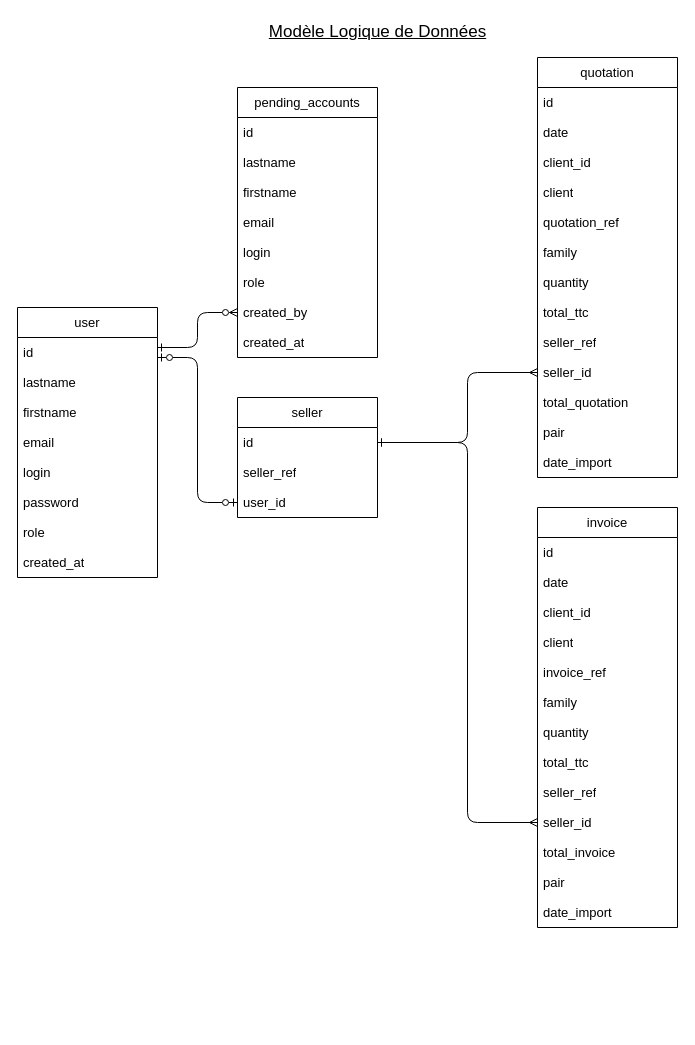
Earlier version of the draw.io diagram Ressources/Diagrammes/ModeleLogiqueDonnées.drawio (joyhure/Optitop_java). Source tidied: cells renumbered, new cells numbered last; positions are measured from the earlier drawing's top-left corner, leaving out a move shared by most shapes. Both pictures are drawn from the tidied source at 100%, with x=0, y=0 at pixel (17, 17).
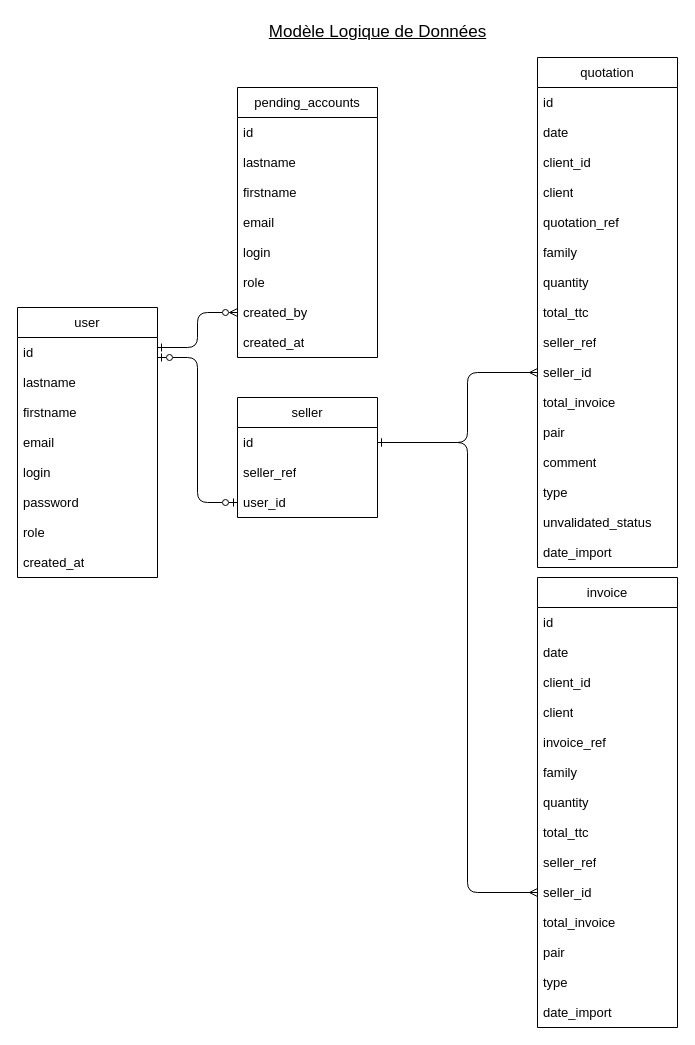
After the change.

Unchanged cells that the change refers to:
```xml
<mxCell id="13" value="seller_id" style="text;strokeColor=none;fillColor=none;align=left;verticalAlign=middle;spacingLeft=4;spacingRight=4;overflow=hidden;points=[[0,0.5],[1,0.5]];portConstraint=eastwest;whiteSpace=wrap;html=1;fontSize=13;" parent="3" vertex="1">
  <mxGeometry y="300" width="140" height="30" as="geometry" />
</mxCell>
<mxCell id="27" value="id" style="text;strokeColor=none;fillColor=none;align=left;verticalAlign=middle;spacingLeft=4;spacingRight=4;overflow=hidden;points=[[0,0.5],[1,0.5]];portConstraint=eastwest;whiteSpace=wrap;html=1;fontSize=13;" parent="26" vertex="1">
  <mxGeometry y="30" width="140" height="30" as="geometry" />
</mxCell>
```

What changed in the source:
```diff
@@
     <mxCell id="3" value="invoice" style="swimlane;fontStyle=0;horizontal=1;startSize=30;whiteSpace=wrap;html=1;fontSize=13;" parent="1" vertex="1">
-      <mxGeometry x="520" y="490" width="140" height="420" as="geometry" />
+      <mxGeometry x="520" y="560" width="140" height="450" as="geometry" />
     </mxCell>
@@
-    <mxCell id="14" value="total_invoice" style="text;strokeColor=none;fillColor=none;align=left;verticalAlign=middle;spacingLeft=4;spacingRight=4;overflow=hidden;whiteSpace=wrap;html=1;fontSize=13;" parent="3" vertex="1">
-      <mxGeometry y="330" width="140" height="30" as="geometry" />
-    </mxCell>
+    <mxCell id="57" value="total_invoice" style="text;strokeColor=none;fillColor=none;align=left;verticalAlign=middle;spacingLeft=4;spacingRight=4;overflow=hidden;whiteSpace=wrap;html=1;fontSize=13;" parent="3" vertex="1">
+      <mxGeometry y="330" width="140" height="30" as="geometry" />
+    </mxCell>
@@
+    <mxCell id="58" value="type" style="text;strokeColor=none;fillColor=none;align=left;verticalAlign=middle;spacingLeft=4;spacingRight=4;overflow=hidden;whiteSpace=wrap;html=1;fontSize=13;" parent="3" vertex="1">
+      <mxGeometry y="390" width="140" height="30" as="geometry" />
+    </mxCell>
     <mxCell id="16" value="date_import" style="text;strokeColor=none;fillColor=none;align=left;verticalAlign=middle;spacingLeft=4;spacingRight=4;overflow=hidden;whiteSpace=wrap;html=1;fontSize=13;" parent="3" vertex="1">
-      <mxGeometry y="390" width="140" height="30" as="geometry" />
+      <mxGeometry y="420" width="140" height="30" as="geometry" />
     </mxCell>
@@
     <mxCell id="31" value="quotation" style="swimlane;fontStyle=0;horizontal=1;startSize=30;whiteSpace=wrap;html=1;fontSize=13;" parent="1" vertex="1">
-      <mxGeometry x="520" y="40" width="140" height="420" as="geometry" />
+      <mxGeometry x="520" y="40" width="140" height="510" as="geometry" />
     </mxCell>
@@
-    <mxCell id="42" value="total_quotation" style="text;strokeColor=none;fillColor=none;align=left;verticalAlign=middle;spacingLeft=4;spacingRight=4;overflow=hidden;whiteSpace=wrap;html=1;fontSize=13;" parent="31" vertex="1">
-      <mxGeometry y="330" width="140" height="30" as="geometry" />
-    </mxCell>
+    <mxCell id="59" value="total_invoice" style="text;strokeColor=none;fillColor=none;align=left;verticalAlign=middle;spacingLeft=4;spacingRight=4;overflow=hidden;whiteSpace=wrap;html=1;fontSize=13;" parent="31" vertex="1">
+      <mxGeometry y="330" width="140" height="30" as="geometry" />
+    </mxCell>
@@
+    <mxCell id="60" value="comment" style="text;strokeColor=none;fillColor=none;align=left;verticalAlign=middle;spacingLeft=4;spacingRight=4;overflow=hidden;whiteSpace=wrap;html=1;fontSize=13;" parent="31" vertex="1">
+      <mxGeometry y="390" width="140" height="30" as="geometry" />
+    </mxCell>
+    <mxCell id="61" value="type" style="text;strokeColor=none;fillColor=none;align=left;verticalAlign=middle;spacingLeft=4;spacingRight=4;overflow=hidden;whiteSpace=wrap;html=1;fontSize=13;" parent="31" vertex="1">
+      <mxGeometry y="420" width="140" height="30" as="geometry" />
+    </mxCell>
+    <mxCell id="62" value="unvalidated_status" style="text;strokeColor=none;fillColor=none;align=left;verticalAlign=middle;spacingLeft=4;spacingRight=4;overflow=hidden;whiteSpace=wrap;html=1;fontSize=13;" parent="31" vertex="1">
+      <mxGeometry y="450" width="140" height="30" as="geometry" />
+    </mxCell>
     <mxCell id="44" value="date_import" style="text;strokeColor=none;fillColor=none;align=left;verticalAlign=middle;spacingLeft=4;spacingRight=4;overflow=hidden;whiteSpace=wrap;html=1;fontSize=13;" parent="31" vertex="1">
-      <mxGeometry y="390" width="140" height="30" as="geometry" />
+      <mxGeometry y="480" width="140" height="30" as="geometry" />
     </mxCell>
@@
     <mxCell id="46" style="edgeStyle=none;html=1;exitX=1;exitY=0.5;exitDx=0;exitDy=0;fontSize=13;startArrow=ERone;startFill=0;endArrow=ERmany;endFill=0;entryX=0;entryY=0.5;entryDx=0;entryDy=0;" parent="1" edge="1" source="27" target="13">
       <mxGeometry relative="1" as="geometry">
         <Array as="points">
           <mxPoint x="450" y="425" />
-          <mxPoint x="450" y="805" />
+          <mxPoint x="450" y="875" />
         </Array>
       </mxGeometry>
     </mxCell>
```
